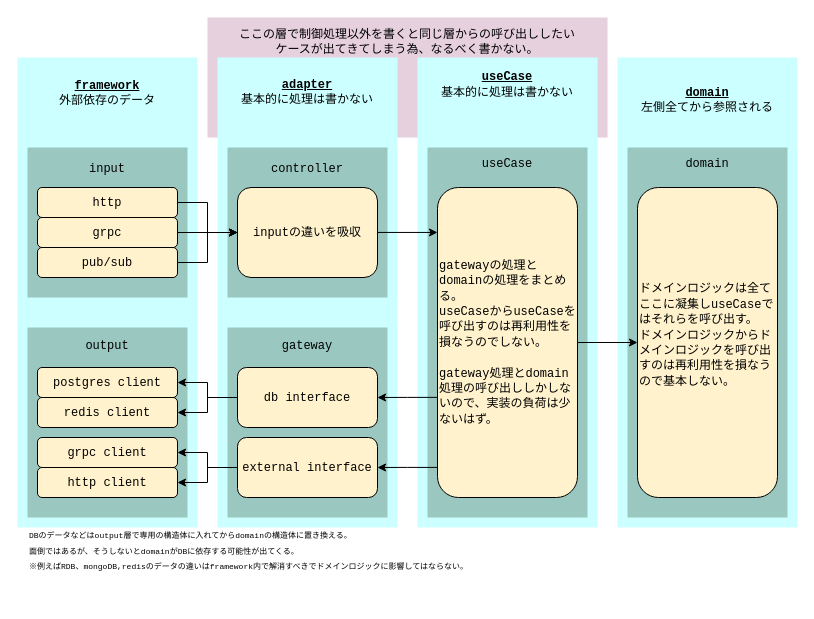
YujiYabe/go-mcr-srvc keeps this draw.io diagram as doc/ca.drawio.xml. Above is the earlier version. Source tidied: cells renumbered, new cells numbered last; positions are measured from the earlier drawing's top-left corner, leaving out a move shared by most shapes. Both pictures are drawn from the tidied source at 100%, with x=0, y=0 at pixel (17, 17).
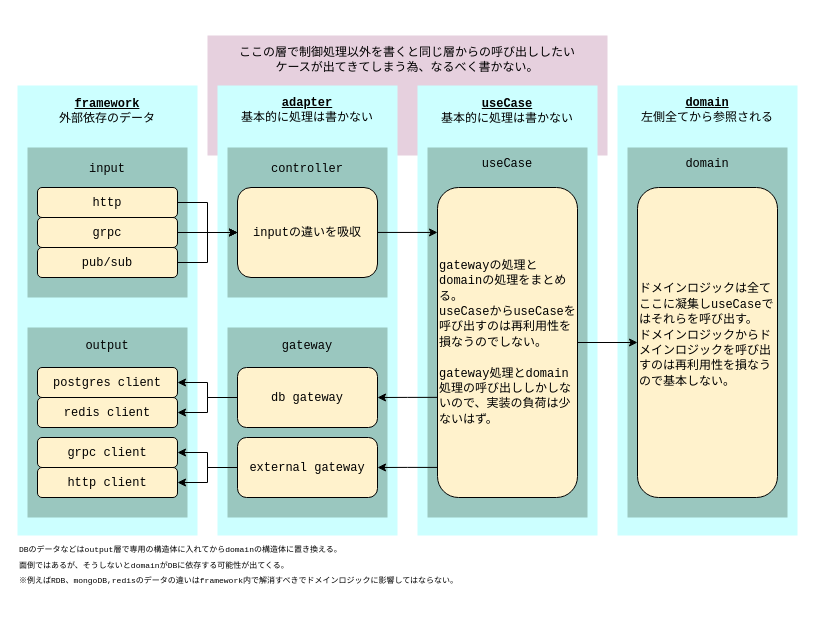
The same diagram, later.

Diff of the diagram source:
```diff
@@
     <mxCell id="2" value="ここの層で制御処理以外を書くと同じ層からの呼び出ししたい&lt;div&gt;ケースが出てきてしまう為、なるべく書かない。&lt;div&gt;&lt;br&gt;&lt;/div&gt;&lt;div&gt;&lt;br&gt;&lt;/div&gt;&lt;div&gt;&lt;br&gt;&lt;/div&gt;&lt;div&gt;&lt;br&gt;&lt;/div&gt;&lt;div&gt;&lt;br&gt;&lt;/div&gt;&lt;/div&gt;" style="text;html=1;align=center;verticalAlign=middle;whiteSpace=wrap;rounded=0;fillColor=#E6D0DE;" parent="1" vertex="1">
-      <mxGeometry x="190" width="400" height="120" as="geometry" />
+      <mxGeometry x="190" y="18" width="400" height="120" as="geometry" />
     </mxCell>
-    <mxCell id="3" value="&lt;font face=&quot;Courier New&quot;&gt;&lt;b&gt;&lt;u&gt;domain&lt;/u&gt;&lt;/b&gt;&lt;br&gt;左側全てから参照される&lt;/font&gt;&lt;div&gt;&lt;font face=&quot;Courier New&quot;&gt;&lt;br&gt;&lt;/font&gt;&lt;/div&gt;&lt;div&gt;&lt;font face=&quot;Courier New&quot;&gt;&lt;br&gt;&lt;/font&gt;&lt;/div&gt;&lt;div&gt;&lt;font face=&quot;Courier New&quot;&gt;&lt;br&gt;&lt;/font&gt;&lt;/div&gt;&lt;div&gt;&lt;font face=&quot;Courier New&quot;&gt;&lt;br&gt;&lt;/font&gt;&lt;/div&gt;&lt;div&gt;&lt;font face=&quot;Courier New&quot;&gt;&lt;br&gt;&lt;/font&gt;&lt;/div&gt;&lt;div&gt;&lt;font face=&quot;Courier New&quot;&gt;&lt;br&gt;&lt;/font&gt;&lt;/div&gt;&lt;div&gt;&lt;font face=&quot;Courier New&quot;&gt;&lt;br&gt;&lt;/font&gt;&lt;/div&gt;&lt;div&gt;&lt;font face=&quot;Courier New&quot;&gt;&lt;br&gt;&lt;/font&gt;&lt;/div&gt;&lt;div&gt;&lt;font face=&quot;Courier New&quot;&gt;&lt;br&gt;&lt;/font&gt;&lt;/div&gt;&lt;div&gt;&lt;font face=&quot;Courier New&quot;&gt;&lt;br&gt;&lt;/font&gt;&lt;/div&gt;&lt;div&gt;&lt;font face=&quot;Courier New&quot;&gt;&lt;br&gt;&lt;/font&gt;&lt;/div&gt;&lt;div&gt;&lt;font face=&quot;Courier New&quot;&gt;&lt;br&gt;&lt;/font&gt;&lt;/div&gt;&lt;div&gt;&lt;font face=&quot;Courier New&quot;&gt;&lt;br&gt;&lt;/font&gt;&lt;/div&gt;&lt;div&gt;&lt;font face=&quot;Courier New&quot;&gt;&lt;br&gt;&lt;/font&gt;&lt;/div&gt;&lt;div&gt;&lt;font face=&quot;Courier New&quot;&gt;&lt;br&gt;&lt;/font&gt;&lt;/div&gt;&lt;div&gt;&lt;font face=&quot;Courier New&quot;&gt;&lt;br&gt;&lt;/font&gt;&lt;/div&gt;&lt;div&gt;&lt;font face=&quot;Courier New&quot;&gt;&lt;br&gt;&lt;/font&gt;&lt;/div&gt;&lt;div&gt;&lt;font face=&quot;Courier New&quot;&gt;&lt;br&gt;&lt;/font&gt;&lt;/div&gt;&lt;div&gt;&lt;font face=&quot;Courier New&quot;&gt;&lt;br&gt;&lt;/font&gt;&lt;/div&gt;&lt;div&gt;&lt;font face=&quot;Courier New&quot;&gt;&lt;br&gt;&lt;/font&gt;&lt;/div&gt;&lt;div&gt;&lt;font face=&quot;Courier New&quot;&gt;&lt;br&gt;&lt;/font&gt;&lt;/div&gt;&lt;div&gt;&lt;font face=&quot;Courier New&quot;&gt;&lt;br&gt;&lt;/font&gt;&lt;/div&gt;&lt;div&gt;&lt;font face=&quot;Courier New&quot;&gt;&lt;br&gt;&lt;/font&gt;&lt;/div&gt;&lt;div&gt;&lt;font face=&quot;Courier New&quot;&gt;&lt;br&gt;&lt;/font&gt;&lt;/div&gt;&lt;div&gt;&lt;font face=&quot;Courier New&quot;&gt;&lt;br&gt;&lt;/font&gt;&lt;/div&gt;" style="text;html=1;align=center;verticalAlign=middle;whiteSpace=wrap;rounded=0;fillColor=#CCFFFF;" parent="1" vertex="1">
-      <mxGeometry x="600" y="40" width="180" height="470" as="geometry" />
+    <mxCell id="3" value="&lt;font face=&quot;Courier New&quot;&gt;&lt;b&gt;&lt;u&gt;domain&lt;/u&gt;&lt;/b&gt;&lt;br&gt;左側全てから参照される&lt;/font&gt;&lt;div&gt;&lt;font face=&quot;Courier New&quot;&gt;&lt;br&gt;&lt;/font&gt;&lt;/div&gt;&lt;div&gt;&lt;font face=&quot;Courier New&quot;&gt;&lt;br&gt;&lt;/font&gt;&lt;/div&gt;&lt;div&gt;&lt;font face=&quot;Courier New&quot;&gt;&lt;br&gt;&lt;/font&gt;&lt;/div&gt;&lt;div&gt;&lt;font face=&quot;Courier New&quot;&gt;&lt;br&gt;&lt;/font&gt;&lt;/div&gt;&lt;div&gt;&lt;font face=&quot;Courier New&quot;&gt;&lt;br&gt;&lt;/font&gt;&lt;/div&gt;&lt;div&gt;&lt;font face=&quot;Courier New&quot;&gt;&lt;br&gt;&lt;/font&gt;&lt;/div&gt;&lt;div&gt;&lt;font face=&quot;Courier New&quot;&gt;&lt;br&gt;&lt;/font&gt;&lt;/div&gt;&lt;div&gt;&lt;font face=&quot;Courier New&quot;&gt;&lt;br&gt;&lt;/font&gt;&lt;/div&gt;&lt;div&gt;&lt;font face=&quot;Courier New&quot;&gt;&lt;br&gt;&lt;/font&gt;&lt;/div&gt;&lt;div&gt;&lt;font face=&quot;Courier New&quot;&gt;&lt;br&gt;&lt;/font&gt;&lt;/div&gt;&lt;div&gt;&lt;font face=&quot;Courier New&quot;&gt;&lt;br&gt;&lt;/font&gt;&lt;/div&gt;&lt;div&gt;&lt;font face=&quot;Courier New&quot;&gt;&lt;br&gt;&lt;/font&gt;&lt;/div&gt;&lt;div&gt;&lt;font face=&quot;Courier New&quot;&gt;&lt;br&gt;&lt;/font&gt;&lt;/div&gt;&lt;div&gt;&lt;font face=&quot;Courier New&quot;&gt;&lt;br&gt;&lt;/font&gt;&lt;/div&gt;&lt;div&gt;&lt;font face=&quot;Courier New&quot;&gt;&lt;br&gt;&lt;/font&gt;&lt;/div&gt;&lt;div&gt;&lt;font face=&quot;Courier New&quot;&gt;&lt;br&gt;&lt;/font&gt;&lt;/div&gt;&lt;div&gt;&lt;font face=&quot;Courier New&quot;&gt;&lt;br&gt;&lt;/font&gt;&lt;/div&gt;&lt;div&gt;&lt;font face=&quot;Courier New&quot;&gt;&lt;br&gt;&lt;/font&gt;&lt;/div&gt;&lt;div&gt;&lt;font face=&quot;Courier New&quot;&gt;&lt;br&gt;&lt;/font&gt;&lt;/div&gt;&lt;div&gt;&lt;font face=&quot;Courier New&quot;&gt;&lt;br&gt;&lt;/font&gt;&lt;/div&gt;&lt;div&gt;&lt;font face=&quot;Courier New&quot;&gt;&lt;br&gt;&lt;/font&gt;&lt;/div&gt;&lt;div&gt;&lt;font face=&quot;Courier New&quot;&gt;&lt;br&gt;&lt;/font&gt;&lt;/div&gt;&lt;div&gt;&lt;font face=&quot;Courier New&quot;&gt;&lt;br&gt;&lt;/font&gt;&lt;/div&gt;&lt;div&gt;&lt;font face=&quot;Courier New&quot;&gt;&lt;br&gt;&lt;/font&gt;&lt;/div&gt;&lt;div&gt;&lt;font face=&quot;Courier New&quot;&gt;&lt;br&gt;&lt;/font&gt;&lt;/div&gt;&lt;div&gt;&lt;font face=&quot;Courier New&quot;&gt;&lt;br&gt;&lt;/font&gt;&lt;/div&gt;" style="text;html=1;align=center;verticalAlign=middle;whiteSpace=wrap;rounded=0;fillColor=#CCFFFF;" parent="1" vertex="1">
+      <mxGeometry x="600" y="68" width="180" height="450" as="geometry" />
     </mxCell>
-    <mxCell id="4" value="&lt;div&gt;&lt;font face=&quot;Courier New&quot;&gt;&lt;b&gt;&lt;u&gt;useCase&lt;/u&gt;&lt;/b&gt;&lt;br&gt;基本的に処理は書かない&lt;/font&gt;&lt;/div&gt;&lt;div&gt;&lt;font face=&quot;Courier New&quot;&gt;&lt;br&gt;&lt;/font&gt;&lt;/div&gt;&lt;div&gt;&lt;font face=&quot;Courier New&quot;&gt;&lt;br&gt;&lt;/font&gt;&lt;/div&gt;&lt;div&gt;&lt;font face=&quot;Courier New&quot;&gt;&lt;br&gt;&lt;/font&gt;&lt;/div&gt;&lt;div&gt;&lt;font face=&quot;Courier New&quot;&gt;&lt;br&gt;&lt;/font&gt;&lt;/div&gt;&lt;div&gt;&lt;font face=&quot;Courier New&quot;&gt;&lt;br&gt;&lt;/font&gt;&lt;/div&gt;&lt;div&gt;&lt;font face=&quot;Courier New&quot;&gt;&lt;br&gt;&lt;/font&gt;&lt;/div&gt;&lt;div&gt;&lt;font face=&quot;Courier New&quot;&gt;&lt;br&gt;&lt;/font&gt;&lt;/div&gt;&lt;div&gt;&lt;font face=&quot;Courier New&quot;&gt;&lt;br&gt;&lt;/font&gt;&lt;/div&gt;&lt;div&gt;&lt;font face=&quot;Courier New&quot;&gt;&lt;br&gt;&lt;/font&gt;&lt;/div&gt;&lt;div&gt;&lt;font face=&quot;Courier New&quot;&gt;&lt;br&gt;&lt;/font&gt;&lt;/div&gt;&lt;div&gt;&lt;font face=&quot;Courier New&quot;&gt;&lt;br&gt;&lt;/font&gt;&lt;/div&gt;&lt;div&gt;&lt;font face=&quot;Courier New&quot;&gt;&lt;br&gt;&lt;/font&gt;&lt;/div&gt;&lt;div&gt;&lt;font face=&quot;Courier New&quot;&gt;&lt;br&gt;&lt;/font&gt;&lt;/div&gt;&lt;div&gt;&lt;font face=&quot;Courier New&quot;&gt;&lt;br&gt;&lt;/font&gt;&lt;/div&gt;&lt;div&gt;&lt;font face=&quot;Courier New&quot;&gt;&lt;br&gt;&lt;/font&gt;&lt;/div&gt;&lt;div&gt;&lt;font face=&quot;Courier New&quot;&gt;&lt;br&gt;&lt;/font&gt;&lt;/div&gt;&lt;div&gt;&lt;font face=&quot;Courier New&quot;&gt;&lt;br&gt;&lt;/font&gt;&lt;/div&gt;&lt;div&gt;&lt;font face=&quot;Courier New&quot;&gt;&lt;br&gt;&lt;/font&gt;&lt;/div&gt;&lt;div&gt;&lt;font face=&quot;Courier New&quot;&gt;&lt;br&gt;&lt;/font&gt;&lt;/div&gt;&lt;div&gt;&lt;font face=&quot;Courier New&quot;&gt;&lt;br&gt;&lt;/font&gt;&lt;/div&gt;&lt;div&gt;&lt;font face=&quot;Courier New&quot;&gt;&lt;br&gt;&lt;/font&gt;&lt;/div&gt;&lt;div&gt;&lt;font face=&quot;Courier New&quot;&gt;&lt;br&gt;&lt;/font&gt;&lt;/div&gt;&lt;div&gt;&lt;font face=&quot;Courier New&quot;&gt;&lt;br&gt;&lt;/font&gt;&lt;/div&gt;&lt;div&gt;&lt;font face=&quot;Courier New&quot;&gt;&lt;br&gt;&lt;/font&gt;&lt;/div&gt;&lt;div&gt;&lt;font face=&quot;Courier New&quot;&gt;&lt;br&gt;&lt;/font&gt;&lt;/div&gt;&lt;div&gt;&lt;font face=&quot;Courier New&quot;&gt;&lt;br&gt;&lt;/font&gt;&lt;/div&gt;&lt;div&gt;&lt;font face=&quot;Courier New&quot;&gt;&lt;br&gt;&lt;/font&gt;&lt;/div&gt;" style="text;html=1;align=center;verticalAlign=middle;whiteSpace=wrap;rounded=0;fillColor=#CCFFFF;" parent="1" vertex="1">
-      <mxGeometry x="400" y="40" width="180" height="470" as="geometry" />
+    <mxCell id="4" value="&lt;div&gt;&lt;font face=&quot;Courier New&quot;&gt;&lt;b&gt;&lt;u&gt;useCase&lt;/u&gt;&lt;/b&gt;&lt;br&gt;基本的に処理は書かない&lt;/font&gt;&lt;/div&gt;&lt;div&gt;&lt;font face=&quot;Courier New&quot;&gt;&lt;br&gt;&lt;/font&gt;&lt;/div&gt;&lt;div&gt;&lt;br&gt;&lt;/div&gt;&lt;div&gt;&lt;font face=&quot;Courier New&quot;&gt;&lt;br&gt;&lt;/font&gt;&lt;/div&gt;&lt;div&gt;&lt;font face=&quot;Courier New&quot;&gt;&lt;br&gt;&lt;/font&gt;&lt;/div&gt;&lt;div&gt;&lt;font face=&quot;Courier New&quot;&gt;&lt;br&gt;&lt;/font&gt;&lt;/div&gt;&lt;div&gt;&lt;font face=&quot;Courier New&quot;&gt;&lt;br&gt;&lt;/font&gt;&lt;/div&gt;&lt;div&gt;&lt;font face=&quot;Courier New&quot;&gt;&lt;br&gt;&lt;/font&gt;&lt;/div&gt;&lt;div&gt;&lt;font face=&quot;Courier New&quot;&gt;&lt;br&gt;&lt;/font&gt;&lt;/div&gt;&lt;div&gt;&lt;font face=&quot;Courier New&quot;&gt;&lt;br&gt;&lt;/font&gt;&lt;/div&gt;&lt;div&gt;&lt;font face=&quot;Courier New&quot;&gt;&lt;br&gt;&lt;/font&gt;&lt;/div&gt;&lt;div&gt;&lt;font face=&quot;Courier New&quot;&gt;&lt;br&gt;&lt;/font&gt;&lt;/div&gt;&lt;div&gt;&lt;font face=&quot;Courier New&quot;&gt;&lt;br&gt;&lt;/font&gt;&lt;/div&gt;&lt;div&gt;&lt;font face=&quot;Courier New&quot;&gt;&lt;br&gt;&lt;/font&gt;&lt;/div&gt;&lt;div&gt;&lt;font face=&quot;Courier New&quot;&gt;&lt;br&gt;&lt;/font&gt;&lt;/div&gt;&lt;div&gt;&lt;font face=&quot;Courier New&quot;&gt;&lt;br&gt;&lt;/font&gt;&lt;/div&gt;&lt;div&gt;&lt;font face=&quot;Courier New&quot;&gt;&lt;br&gt;&lt;/font&gt;&lt;/div&gt;&lt;div&gt;&lt;font face=&quot;Courier New&quot;&gt;&lt;br&gt;&lt;/font&gt;&lt;/div&gt;&lt;div&gt;&lt;font face=&quot;Courier New&quot;&gt;&lt;br&gt;&lt;/font&gt;&lt;/div&gt;&lt;div&gt;&lt;font face=&quot;Courier New&quot;&gt;&lt;br&gt;&lt;/font&gt;&lt;/div&gt;&lt;div&gt;&lt;font face=&quot;Courier New&quot;&gt;&lt;br&gt;&lt;/font&gt;&lt;/div&gt;&lt;div&gt;&lt;font face=&quot;Courier New&quot;&gt;&lt;br&gt;&lt;/font&gt;&lt;/div&gt;&lt;div&gt;&lt;font face=&quot;Courier New&quot;&gt;&lt;br&gt;&lt;/font&gt;&lt;/div&gt;&lt;div&gt;&lt;font face=&quot;Courier New&quot;&gt;&lt;br&gt;&lt;/font&gt;&lt;/div&gt;&lt;div&gt;&lt;font face=&quot;Courier New&quot;&gt;&lt;br&gt;&lt;/font&gt;&lt;/div&gt;&lt;div&gt;&lt;font face=&quot;Courier New&quot;&gt;&lt;br&gt;&lt;/font&gt;&lt;/div&gt;&lt;div&gt;&lt;font face=&quot;Courier New&quot;&gt;&lt;br&gt;&lt;/font&gt;&lt;/div&gt;" style="text;html=1;align=center;verticalAlign=middle;whiteSpace=wrap;rounded=0;fillColor=#CCFFFF;" parent="1" vertex="1">
+      <mxGeometry x="400" y="68" width="180" height="450" as="geometry" />
     </mxCell>
     <mxCell id="5" value="&lt;font face=&quot;Courier New&quot;&gt;&lt;b&gt;&lt;u&gt;adapter&lt;/u&gt;&lt;/b&gt;&lt;br&gt;基本的に処理は書かない&lt;/font&gt;&lt;div&gt;&lt;font face=&quot;Courier New&quot;&gt;&lt;br&gt;&lt;/font&gt;&lt;/div&gt;&lt;div&gt;&lt;font face=&quot;Courier New&quot;&gt;&lt;br&gt;&lt;/font&gt;&lt;/div&gt;&lt;div&gt;&lt;font face=&quot;Courier New&quot;&gt;&lt;br&gt;&lt;/font&gt;&lt;/div&gt;&lt;div&gt;&lt;font face=&quot;Courier New&quot;&gt;&lt;br&gt;&lt;/font&gt;&lt;/div&gt;&lt;div&gt;&lt;font face=&quot;Courier New&quot;&gt;&lt;br&gt;&lt;/font&gt;&lt;/div&gt;&lt;div&gt;&lt;font face=&quot;Courier New&quot;&gt;&lt;br&gt;&lt;/font&gt;&lt;/div&gt;&lt;div&gt;&lt;font face=&quot;Courier New&quot;&gt;&lt;br&gt;&lt;/font&gt;&lt;/div&gt;&lt;div&gt;&lt;font face=&quot;Courier New&quot;&gt;&lt;br&gt;&lt;/font&gt;&lt;/div&gt;&lt;div&gt;&lt;font face=&quot;Courier New&quot;&gt;&lt;br&gt;&lt;/font&gt;&lt;/div&gt;&lt;div&gt;&lt;font face=&quot;Courier New&quot;&gt;&lt;br&gt;&lt;/font&gt;&lt;/div&gt;&lt;div&gt;&lt;font face=&quot;Courier New&quot;&gt;&lt;br&gt;&lt;/font&gt;&lt;/div&gt;&lt;div&gt;&lt;font face=&quot;Courier New&quot;&gt;&lt;br&gt;&lt;/font&gt;&lt;/div&gt;&lt;div&gt;&lt;font face=&quot;Courier New&quot;&gt;&lt;br&gt;&lt;/font&gt;&lt;/div&gt;&lt;div&gt;&lt;font face=&quot;Courier New&quot;&gt;&lt;br&gt;&lt;/font&gt;&lt;/div&gt;&lt;div&gt;&lt;font face=&quot;Courier New&quot;&gt;&lt;br&gt;&lt;/font&gt;&lt;/div&gt;&lt;div&gt;&lt;font face=&quot;Courier New&quot;&gt;&lt;br&gt;&lt;/font&gt;&lt;/div&gt;&lt;div&gt;&lt;font face=&quot;Courier New&quot;&gt;&lt;br&gt;&lt;/font&gt;&lt;/div&gt;&lt;div&gt;&lt;font face=&quot;Courier New&quot;&gt;&lt;br&gt;&lt;/font&gt;&lt;/div&gt;&lt;div&gt;&lt;font face=&quot;Courier New&quot;&gt;&lt;br&gt;&lt;/font&gt;&lt;/div&gt;&lt;div&gt;&lt;font face=&quot;Courier New&quot;&gt;&lt;br&gt;&lt;/font&gt;&lt;/div&gt;&lt;div&gt;&lt;font face=&quot;Courier New&quot;&gt;&lt;br&gt;&lt;/font&gt;&lt;/div&gt;&lt;div&gt;&lt;font face=&quot;Courier New&quot;&gt;&lt;br&gt;&lt;/font&gt;&lt;/div&gt;&lt;div&gt;&lt;font face=&quot;Courier New&quot;&gt;&lt;br&gt;&lt;/font&gt;&lt;/div&gt;&lt;div&gt;&lt;font face=&quot;Courier New&quot;&gt;&lt;br&gt;&lt;/font&gt;&lt;/div&gt;&lt;div&gt;&lt;font face=&quot;Courier New&quot;&gt;&lt;br&gt;&lt;/font&gt;&lt;/div&gt;&lt;div&gt;&lt;font face=&quot;Courier New&quot;&gt;&lt;br&gt;&lt;/font&gt;&lt;/div&gt;" style="text;html=1;align=center;verticalAlign=middle;whiteSpace=wrap;rounded=0;fillColor=#CCFFFF;" parent="1" vertex="1">
-      <mxGeometry x="200" y="40" width="180" height="470" as="geometry" />
+      <mxGeometry x="200" y="68" width="180" height="450" as="geometry" />
     </mxCell>
@@
     <mxCell id="9" value="&lt;font face=&quot;Courier New&quot;&gt;&lt;u&gt;&lt;b&gt;framework&lt;/b&gt;&lt;/u&gt;&lt;br&gt;外部依存のデータ&lt;/font&gt;&lt;div&gt;&lt;font face=&quot;Courier New&quot;&gt;&lt;br&gt;&lt;/font&gt;&lt;/div&gt;&lt;div&gt;&lt;font face=&quot;Courier New&quot;&gt;&lt;br&gt;&lt;/font&gt;&lt;/div&gt;&lt;div&gt;&lt;font face=&quot;Courier New&quot;&gt;&lt;br&gt;&lt;/font&gt;&lt;/div&gt;&lt;div&gt;&lt;br&gt;&lt;/div&gt;&lt;div&gt;&lt;font face=&quot;Courier New&quot;&gt;&lt;br&gt;&lt;/font&gt;&lt;/div&gt;&lt;div&gt;&lt;font face=&quot;Courier New&quot;&gt;&lt;br&gt;&lt;/font&gt;&lt;/div&gt;&lt;div&gt;&lt;font face=&quot;Courier New&quot;&gt;&lt;br&gt;&lt;/font&gt;&lt;/div&gt;&lt;div&gt;&lt;font face=&quot;Courier New&quot;&gt;&lt;br&gt;&lt;/font&gt;&lt;/div&gt;&lt;div&gt;&lt;font face=&quot;Courier New&quot;&gt;&lt;br&gt;&lt;/font&gt;&lt;/div&gt;&lt;div&gt;&lt;font face=&quot;Courier New&quot;&gt;&lt;br&gt;&lt;/font&gt;&lt;/div&gt;&lt;div&gt;&lt;font face=&quot;Courier New&quot;&gt;&lt;br&gt;&lt;/font&gt;&lt;/div&gt;&lt;div&gt;&lt;font face=&quot;Courier New&quot;&gt;&lt;br&gt;&lt;/font&gt;&lt;/div&gt;&lt;div&gt;&lt;font face=&quot;Courier New&quot;&gt;&lt;br&gt;&lt;/font&gt;&lt;/div&gt;&lt;div&gt;&lt;font face=&quot;Courier New&quot;&gt;&lt;br&gt;&lt;/font&gt;&lt;/div&gt;&lt;div&gt;&lt;font face=&quot;Courier New&quot;&gt;&lt;br&gt;&lt;/font&gt;&lt;/div&gt;&lt;div&gt;&lt;font face=&quot;Courier New&quot;&gt;&lt;br&gt;&lt;/font&gt;&lt;/div&gt;&lt;div&gt;&lt;font face=&quot;Courier New&quot;&gt;&lt;br&gt;&lt;/font&gt;&lt;/div&gt;&lt;div&gt;&lt;font face=&quot;Courier New&quot;&gt;&lt;br&gt;&lt;/font&gt;&lt;/div&gt;&lt;div&gt;&lt;font face=&quot;Courier New&quot;&gt;&lt;br&gt;&lt;/font&gt;&lt;/div&gt;&lt;div&gt;&lt;font face=&quot;Courier New&quot;&gt;&lt;br&gt;&lt;/font&gt;&lt;/div&gt;&lt;div&gt;&lt;font face=&quot;Courier New&quot;&gt;&lt;br&gt;&lt;/font&gt;&lt;/div&gt;&lt;div&gt;&lt;font face=&quot;Courier New&quot;&gt;&lt;br&gt;&lt;/font&gt;&lt;/div&gt;&lt;div&gt;&lt;font face=&quot;Courier New&quot;&gt;&lt;br&gt;&lt;/font&gt;&lt;/div&gt;&lt;div&gt;&lt;font face=&quot;Courier New&quot;&gt;&lt;br&gt;&lt;/font&gt;&lt;/div&gt;&lt;div&gt;&lt;font face=&quot;Courier New&quot;&gt;&lt;br&gt;&lt;/font&gt;&lt;/div&gt;&lt;div&gt;&lt;font face=&quot;Courier New&quot;&gt;&lt;br&gt;&lt;/font&gt;&lt;/div&gt;" style="text;html=1;align=center;verticalAlign=middle;whiteSpace=wrap;rounded=0;fillColor=#CCFFFF;" parent="1" vertex="1">
-      <mxGeometry y="40" width="180" height="470" as="geometry" />
+      <mxGeometry y="68" width="180" height="450" as="geometry" />
     </mxCell>
@@
-    <mxCell id="22" value="&lt;font face=&quot;Courier New&quot;&gt;db interface&lt;/font&gt;" style="rounded=1;whiteSpace=wrap;html=1;fillColor=light-dark(#FFF2CC,var(--ge-dark-color, #121212));" parent="1" vertex="1">
+    <mxCell id="22" value="&lt;font face=&quot;Courier New&quot;&gt;db gateway&lt;/font&gt;" style="rounded=1;whiteSpace=wrap;html=1;fillColor=light-dark(#FFF2CC,var(--ge-dark-color, #121212));" parent="1" vertex="1">
       <mxGeometry x="220" y="350" width="140" height="60" as="geometry" />
     </mxCell>
@@
-    <mxCell id="32" value="&lt;font face=&quot;Courier New&quot;&gt;external interface&lt;/font&gt;" style="rounded=1;whiteSpace=wrap;html=1;fillColor=light-dark(#FFF2CC,var(--ge-dark-color, #121212));" parent="1" vertex="1">
+    <mxCell id="32" value="&lt;font face=&quot;Courier New&quot;&gt;external&amp;nbsp;&lt;/font&gt;&lt;span style=&quot;font-family: &amp;quot;Courier New&amp;quot;;&quot;&gt;gateway&lt;/span&gt;" style="rounded=1;whiteSpace=wrap;html=1;fillColor=light-dark(#FFF2CC,var(--ge-dark-color, #121212));" parent="1" vertex="1">
       <mxGeometry x="220" y="420" width="140" height="60" as="geometry" />
     </mxCell>
@@
     <mxCell id="36" value="&lt;div&gt;&lt;font face=&quot;Courier New&quot;&gt;&lt;span style=&quot;font-size: 8px;&quot;&gt;DBのデータなどはoutput層で専用の構造体に入れてからdomainの構造体に置き換える。&lt;/span&gt;&lt;/font&gt;&lt;/div&gt;&lt;div&gt;&lt;font face=&quot;Courier New&quot;&gt;&lt;span style=&quot;font-size: 8px;&quot;&gt;面倒ではあるが、そうしないとdomainがDBに依存する可能性が出てくる。&lt;/span&gt;&lt;/font&gt;&lt;/div&gt;&lt;div&gt;&lt;font face=&quot;Courier New&quot;&gt;&lt;span style=&quot;font-size: 8px;&quot;&gt;※例えばRDB、mongoDB,redisのデータの違いはframework&lt;/span&gt;&lt;/font&gt;&lt;span style=&quot;font-size: 8px; font-family: &amp;quot;Courier New&amp;quot;; background-color: transparent; color: light-dark(rgb(0, 0, 0), rgb(255, 255, 255));&quot;&gt;内で解消すべきでドメインロジックに影響してはならない。&lt;/span&gt;&lt;/div&gt;&lt;div&gt;&lt;br style=&quot;&quot;&gt;&lt;/div&gt;" style="text;html=1;align=left;verticalAlign=middle;whiteSpace=wrap;rounded=0;" parent="1" vertex="1">
-      <mxGeometry x="10" y="510" width="540" height="60" as="geometry" />
+      <mxGeometry y="524" width="540" height="60" as="geometry" />
     </mxCell>
```
